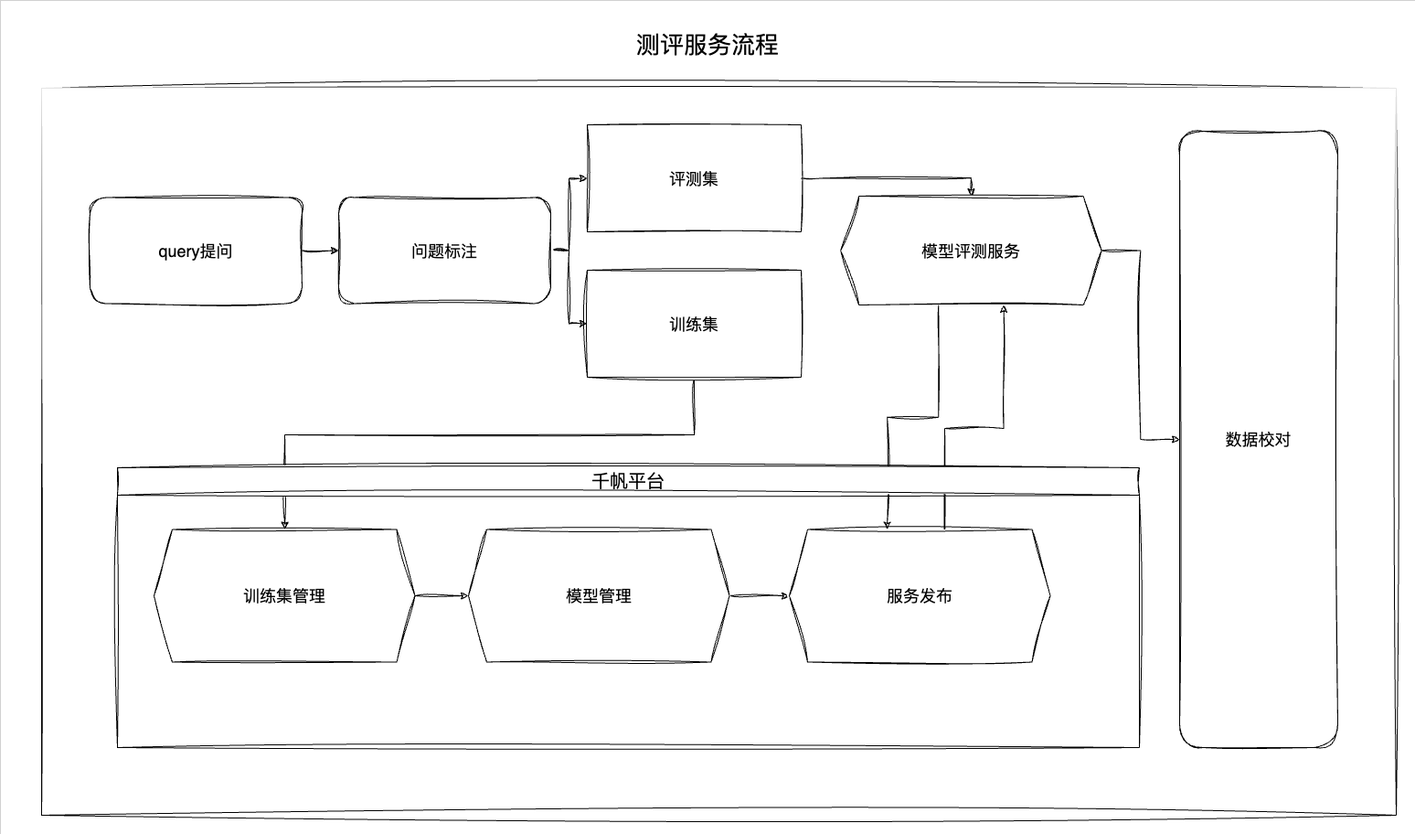
The draw.io diagram chatbi/评测服务流程.drawio.png in cavaljames/work-diagrams, before a commit. Source tidied: cells renumbered, new cells last; positions are measured from the earlier drawing's top-left corner, leaving out a move shared by most shapes.
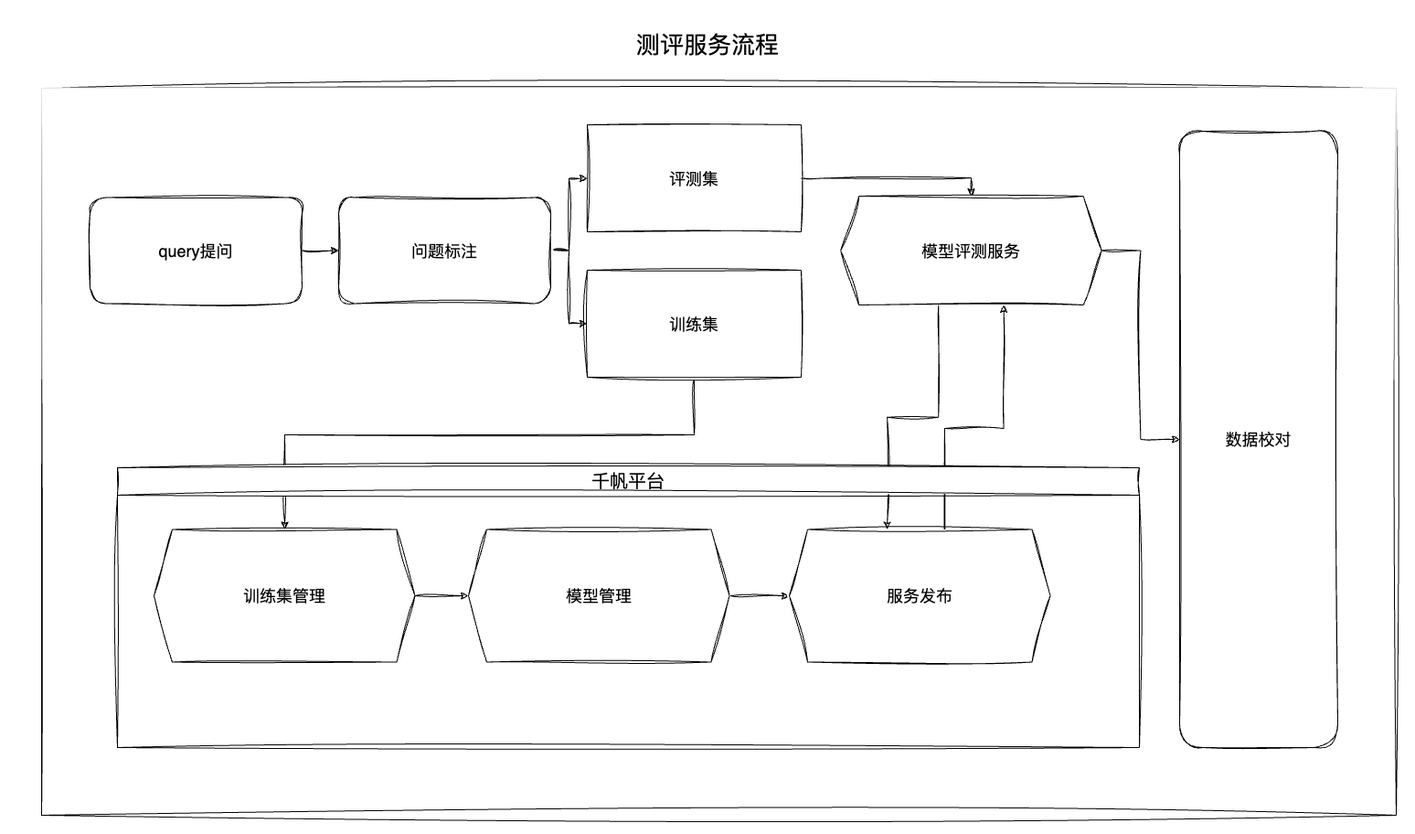
After the commit.

Commit message:
更新评测服务流程.drawio.png

Change to the diagram source:
```diff
@@ -2,7 +2,7 @@
   <root>
     <mxCell id="0" />
     <mxCell id="1" parent="0" />
-    <mxCell id="2" style="rounded=0;whiteSpace=wrap;html=1;hachureGap=4;fontFamily=Architects Daughter;fontSource=https%3A%2F%2Ffonts.googleapis.com%2Fcss%3Ffamily%3DArchitects%2BDaughter;fontSize=20;strokeWidth=0;strokeColor=#000000;" parent="1" vertex="1">
+    <mxCell id="2" style="rounded=0;whiteSpace=wrap;html=1;hachureGap=4;fontFamily=Architects Daughter;fontSource=https%3A%2F%2Ffonts.googleapis.com%2Fcss%3Ffamily%3DArchitects%2BDaughter;fontSize=20;strokeWidth=0;strokeColor=none;" parent="1" vertex="1">
       <mxGeometry width="1548" height="912" as="geometry" />
     </mxCell>
     <mxCell id="3" style="rounded=0;whiteSpace=wrap;html=1;sketch=1;hachureGap=4;jiggle=2;curveFitting=1;fontFamily=Architects Daughter;fontSource=https%3A%2F%2Ffonts.googleapis.com%2Fcss%3Ffamily%3DArchitects%2BDaughter;fontSize=20;align=center;shadow=0;glass=1;" parent="1" vertex="1">
```
